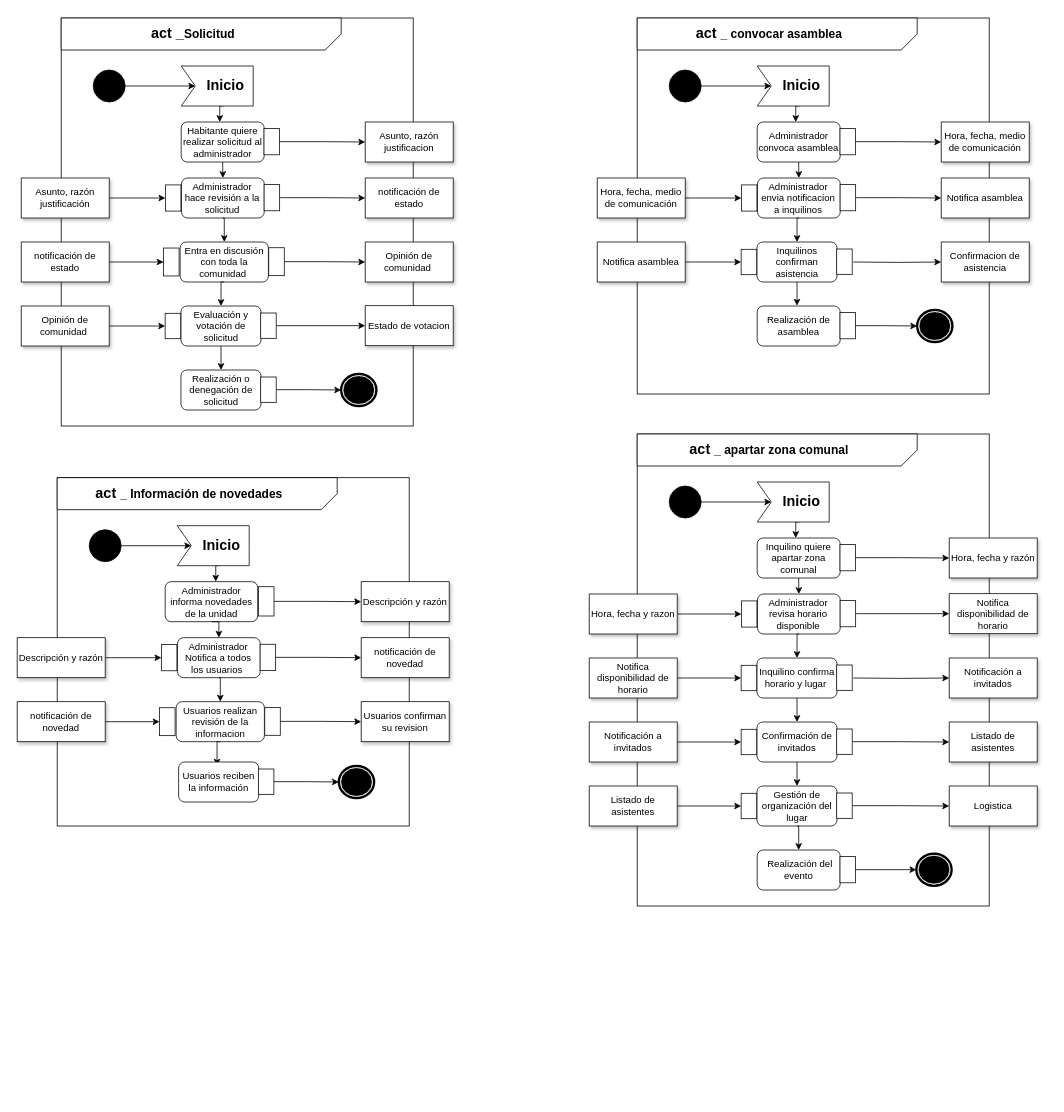
Earlier version of the draw.io diagram Untitled Diagram.drawio (mnivia/Administracion-unidades-cerradas). Source tidied: cells renumbered, new cells numbered last; positions are measured from the earlier drawing's top-left corner, leaving out a move shared by most shapes. Both pictures are drawn from the tidied source at 80%, with x=0, y=0 at pixel (17, 18).
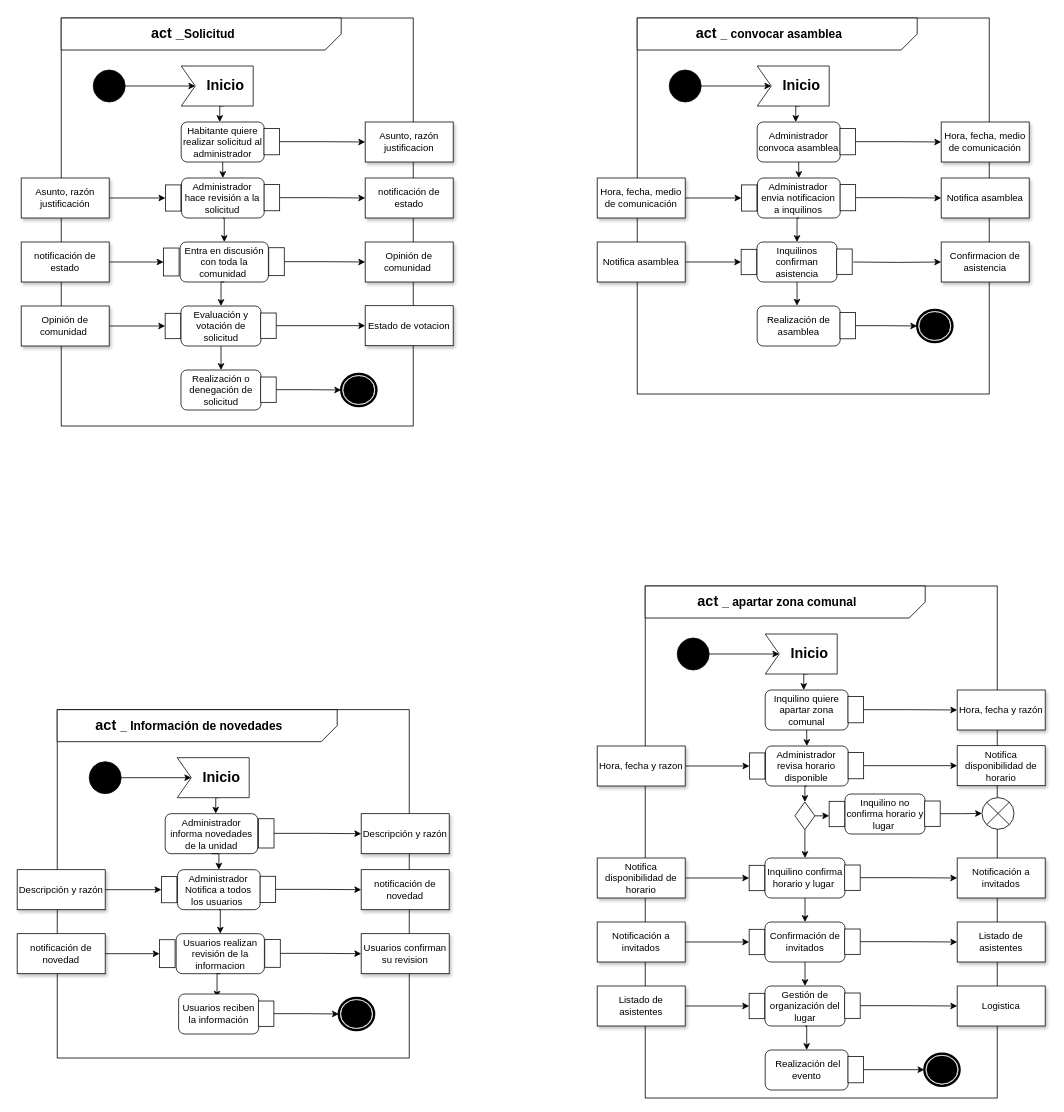
The same diagram, later.

Unchanged cells that the change refers to:
```xml
<mxCell id="53" value="Administrador revisa horario disponible" style="rounded=1;whiteSpace=wrap;html=1;strokeColor=#0D0D0D;fillColor=#FFFFFF;" parent="52" vertex="1">
  <mxGeometry width="103.4" height="50" as="geometry" />
</mxCell>
<mxCell id="62" value="Inquilino confirma horario y lugar&amp;nbsp;" style="rounded=1;whiteSpace=wrap;html=1;strokeColor=#0D0D0D;fillColor=#FFFFFF;" parent="61" vertex="1">
  <mxGeometry width="100.1" height="50" as="geometry" />
</mxCell>
<mxCell id="63" style="rounded=0;whiteSpace=wrap;html=1;strokeColor=#0D0D0D;fillColor=#FFFFFF;rotation=-90;" parent="61" vertex="1">
  <mxGeometry x="93.5" y="14.9" width="31.7" height="19.4" as="geometry" />
</mxCell>
<mxCell id="169" value="Usuarios realizan revisión de la informacion" style="rounded=1;whiteSpace=wrap;html=1;strokeColor=#0D0D0D;fillColor=#FFFFFF;" parent="168" vertex="1">
  <mxGeometry width="110.3" height="50" as="geometry" />
</mxCell>
<mxCell id="184" style="rounded=0;whiteSpace=wrap;html=1;strokeColor=#0D0D0D;fillColor=#FFFFFF;rotation=-90;" parent="182" vertex="1">
  <mxGeometry x="93.5" y="14.9" width="31.7" height="19.4" as="geometry" />
</mxCell>
```

The edit, as a diff of the source:
```diff
@@
     <mxCell id="40" style="rounded=0;whiteSpace=wrap;html=1;" parent="1" vertex="1">
-      <mxGeometry x="775" y="520" width="440" height="590" as="geometry" />
+      <mxGeometry x="785" y="710" width="440" height="640" as="geometry" />
     </mxCell>
     <mxCell id="41" style="verticalLabelPosition=bottom;verticalAlign=top;html=1;shape=card;whiteSpace=wrap;size=20;arcSize=12;rotation=-180;" parent="1" vertex="1">
-      <mxGeometry x="775" y="520" width="350" height="40" as="geometry" />
+      <mxGeometry x="785" y="710" width="350" height="40" as="geometry" />
     </mxCell>
     <mxCell id="42" value="&lt;h2 style=&quot;text-align: left&quot;&gt;act&lt;b&gt;&amp;nbsp;&lt;span style=&quot;font-size: 15px&quot;&gt;_ apartar zona comunal&lt;/span&gt;&lt;/b&gt;&lt;/h2&gt;" style="text;html=1;strokeColor=none;fillColor=none;align=center;verticalAlign=middle;whiteSpace=wrap;rounded=0;" parent="1" vertex="1">
-      <mxGeometry x="775" y="530" width="330" height="20" as="geometry" />
+      <mxGeometry x="785" y="720" width="330" height="20" as="geometry" />
     </mxCell>
     <mxCell id="43" style="shape=mxgraph.bpmn.shape;html=1;verticalLabelPosition=bottom;labelBackgroundColor=#ffffff;verticalAlign=top;align=center;perimeter=ellipsePerimeter;outlineConnect=0;outline=end;symbol=terminate;" parent="1" vertex="1">
-      <mxGeometry x="1124" y="1044.6" width="44" height="40" as="geometry" />
+      <mxGeometry x="1134" y="1294.6" width="44" height="40" as="geometry" />
     </mxCell>
@@
     <mxCell id="45" style="ellipse;html=1;verticalLabelPosition=bottom;labelBackgroundColor=#ffffff;verticalAlign=top;fillColor=#000000;strokeColor=#0D0D0D;" parent="1" vertex="1">
-      <mxGeometry x="815" y="585" width="40" height="40" as="geometry" />
+      <mxGeometry x="825" y="775" width="40" height="40" as="geometry" />
     </mxCell>
     <mxCell id="46" style="edgeStyle=orthogonalEdgeStyle;rounded=0;orthogonalLoop=1;jettySize=auto;html=1;exitX=0;exitY=0;exitDx=45;exitDy=50;exitPerimeter=0;entryX=0.434;entryY=0;entryDx=0;entryDy=0;entryPerimeter=0;" parent="1" edge="1">
       <mxGeometry relative="1" as="geometry">
-        <mxPoint x="978" y="630" as="sourcePoint" />
-        <mxPoint x="973.2" y="650" as="targetPoint" />
+        <mxPoint x="988" y="820" as="sourcePoint" />
+        <mxPoint x="983.2" y="840" as="targetPoint" />
       </mxGeometry>
     </mxCell>
     <mxCell id="47" value="&lt;h3&gt;&lt;b&gt;&lt;font style=&quot;font-size: 18px&quot;&gt;&amp;nbsp; &amp;nbsp; Inicio&lt;/font&gt;&lt;/b&gt;&lt;/h3&gt;" style="html=1;shadow=0;dashed=0;align=center;verticalAlign=middle;shape=mxgraph.arrows2.arrow;dy=0;dx=0;notch=17.57;strokeColor=#0D0D0D;" parent="1" vertex="1">
-      <mxGeometry x="925" y="580" width="90" height="50" as="geometry" />
+      <mxGeometry x="935" y="770" width="90" height="50" as="geometry" />
     </mxCell>
     <mxCell id="48" style="group;" parent="1" vertex="1">
-      <mxGeometry x="925" y="650" width="130" height="50" as="geometry" />
+      <mxGeometry x="935" y="840" width="130" height="50" as="geometry" />
     </mxCell>
@@
     <mxCell id="51" style="group;" parent="1" vertex="1">
-      <mxGeometry x="905" y="720" width="150" height="50" as="geometry" />
+      <mxGeometry x="915" y="910" width="150" height="50" as="geometry" />
     </mxCell>
@@
     <mxCell id="56" value="Hora, fecha y razón" style="rounded=0;whiteSpace=wrap;html=1;strokeColor=#0D0D0D;fillColor=#FFFFFF;shadow=1;" parent="1" vertex="1">
-      <mxGeometry x="1165" y="650" width="110" height="50" as="geometry" />
+      <mxGeometry x="1175" y="840" width="110" height="50" as="geometry" />
     </mxCell>
     <mxCell id="57" value="Notifica disponibilidad de horario" style="rounded=0;whiteSpace=wrap;html=1;strokeColor=#0D0D0D;fillColor=#FFFFFF;shadow=1;" parent="1" vertex="1">
-      <mxGeometry x="1165" y="719.6" width="110" height="50" as="geometry" />
+      <mxGeometry x="1175" y="909.6" width="110" height="50" as="geometry" />
     </mxCell>
@@
     <mxCell id="59" value="Notifica disponibilidad de horario" style="rounded=0;whiteSpace=wrap;html=1;strokeColor=#0D0D0D;fillColor=#FFFFFF;shadow=1;" parent="1" vertex="1">
-      <mxGeometry x="715" y="800" width="110" height="50" as="geometry" />
+      <mxGeometry x="725" y="1050" width="110" height="50" as="geometry" />
     </mxCell>
     <mxCell id="60" style="group;" parent="1" vertex="1">
-      <mxGeometry x="905" y="800" width="145.2" height="50" as="geometry" />
+      <mxGeometry x="915" y="1050" width="145.2" height="50" as="geometry" />
     </mxCell>
@@
     <mxCell id="66" value="Hora, fecha y razon" style="rounded=0;whiteSpace=wrap;html=1;strokeColor=#0D0D0D;fillColor=#FFFFFF;shadow=1;" parent="1" vertex="1">
-      <mxGeometry x="715" y="720" width="110" height="50" as="geometry" />
+      <mxGeometry x="725" y="910" width="110" height="50" as="geometry" />
     </mxCell>
     <mxCell id="67" value="Notificación a invitados" style="rounded=0;whiteSpace=wrap;html=1;strokeColor=#0D0D0D;fillColor=#FFFFFF;shadow=1;" parent="1" vertex="1">
-      <mxGeometry x="1165" y="800" width="110" height="50" as="geometry" />
+      <mxGeometry x="1175" y="1050" width="110" height="50" as="geometry" />
     </mxCell>
     <mxCell id="68" style="group;" parent="1" vertex="1">
-      <mxGeometry x="925" y="1040" width="130" height="50" as="geometry" />
+      <mxGeometry x="935" y="1290" width="130" height="50" as="geometry" />
     </mxCell>
@@
-    <mxCell id="73" style="edgeStyle=orthogonalEdgeStyle;rounded=0;jettySize=auto;html=1;entryX=0;entryY=0.5;entryDx=0;entryDy=0;" parent="1" edge="1" target="67">
-      <mxGeometry relative="1" as="geometry">
-        <mxPoint x="1045" y="825" as="sourcePoint" />
-      </mxGeometry>
+    <mxCell id="73" style="edgeStyle=orthogonalEdgeStyle;rounded=0;jettySize=auto;html=1;entryX=0;entryY=0.5;entryDx=0;entryDy=0;exitX=0.5;exitY=1;exitDx=0;exitDy=0;" parent="1" edge="1" source="63" target="67">
+      <mxGeometry relative="1" as="geometry" />
     </mxCell>
@@
-    <mxCell id="75" style="edgeStyle=orthogonalEdgeStyle;rounded=0;jettySize=auto;html=1;exitX=0.5;exitY=1;exitDx=0;exitDy=0;entryX=0.5;entryY=0;entryDx=0;entryDy=0;" parent="1" edge="1" source="53" target="62">
-      <mxGeometry relative="1" as="geometry" />
-    </mxCell>
@@
     <mxCell id="78" value="Notificación a invitados" style="rounded=0;whiteSpace=wrap;html=1;strokeColor=#0D0D0D;fillColor=#FFFFFF;shadow=1;" parent="1" vertex="1">
-      <mxGeometry x="715" y="880" width="110" height="50" as="geometry" />
+      <mxGeometry x="725" y="1130" width="110" height="50" as="geometry" />
     </mxCell>
     <mxCell id="79" style="group;fontStyle=1;" parent="1" vertex="1">
-      <mxGeometry x="905" y="880" width="145.2" height="50" as="geometry" />
+      <mxGeometry x="915" y="1130" width="145.2" height="50" as="geometry" />
     </mxCell>
@@
     <mxCell id="85" value="Listado de asistentes" style="rounded=0;whiteSpace=wrap;html=1;strokeColor=#0D0D0D;fillColor=#FFFFFF;shadow=1;" parent="1" vertex="1">
-      <mxGeometry x="1165" y="880" width="110" height="50" as="geometry" />
+      <mxGeometry x="1175" y="1130" width="110" height="50" as="geometry" />
     </mxCell>
@@
     <mxCell id="87" style="group;fontStyle=1;" parent="1" vertex="1">
-      <mxGeometry x="905" y="960" width="145.2" height="50" as="geometry" />
+      <mxGeometry x="915" y="1210" width="145.2" height="50" as="geometry" />
     </mxCell>
@@
     <mxCell id="93" value="Listado de asistentes" style="rounded=0;whiteSpace=wrap;html=1;strokeColor=#0D0D0D;fillColor=#FFFFFF;shadow=1;" parent="1" vertex="1">
-      <mxGeometry x="715" y="960" width="110" height="50" as="geometry" />
+      <mxGeometry x="725" y="1210" width="110" height="50" as="geometry" />
     </mxCell>
     <mxCell id="94" value="Logistica" style="rounded=0;whiteSpace=wrap;html=1;strokeColor=#0D0D0D;fillColor=#FFFFFF;shadow=1;" parent="1" vertex="1">
-      <mxGeometry x="1165" y="960" width="110" height="50" as="geometry" />
+      <mxGeometry x="1175" y="1210" width="110" height="50" as="geometry" />
     </mxCell>
@@
     <mxCell id="147" style="rounded=0;whiteSpace=wrap;html=1;" parent="1" vertex="1">
-      <mxGeometry x="50" y="574.6" width="440" height="435.4" as="geometry" />
+      <mxGeometry x="50" y="864.6" width="440" height="435.4" as="geometry" />
     </mxCell>
     <mxCell id="148" style="verticalLabelPosition=bottom;verticalAlign=top;html=1;shape=card;whiteSpace=wrap;size=20;arcSize=12;rotation=-180;" parent="1" vertex="1">
-      <mxGeometry x="50" y="574.6" width="350" height="40" as="geometry" />
+      <mxGeometry x="50" y="864.6" width="350" height="40" as="geometry" />
     </mxCell>
     <mxCell id="149" value="&lt;h2 style=&quot;text-align: left&quot;&gt;act&amp;nbsp;&lt;span style=&quot;font-size: 15px&quot;&gt;_ Información&amp;nbsp;de novedades&lt;/span&gt;&lt;/h2&gt;" style="text;html=1;strokeColor=none;fillColor=none;align=center;verticalAlign=middle;whiteSpace=wrap;rounded=0;" parent="1" vertex="1">
-      <mxGeometry x="50" y="584.6" width="330" height="20" as="geometry" />
+      <mxGeometry x="50" y="874.6" width="330" height="20" as="geometry" />
     </mxCell>
     <mxCell id="150" style="shape=mxgraph.bpmn.shape;html=1;verticalLabelPosition=bottom;labelBackgroundColor=#ffffff;verticalAlign=top;align=center;perimeter=ellipsePerimeter;outline=end;symbol=terminate;" parent="1" vertex="1">
-      <mxGeometry x="402.1" y="935" width="44" height="40" as="geometry" />
+      <mxGeometry x="402.1" y="1225" width="44" height="40" as="geometry" />
     </mxCell>
@@
     <mxCell id="152" style="ellipse;html=1;verticalLabelPosition=bottom;labelBackgroundColor=#ffffff;verticalAlign=top;fillColor=#000000;strokeColor=#0D0D0D;" parent="1" vertex="1">
-      <mxGeometry x="90" y="639.6" width="40" height="40" as="geometry" />
+      <mxGeometry x="90" y="929.6" width="40" height="40" as="geometry" />
     </mxCell>
     <mxCell id="153" style="edgeStyle=orthogonalEdgeStyle;rounded=0;orthogonalLoop=1;jettySize=auto;html=1;exitX=0;exitY=0;exitDx=45;exitDy=50;exitPerimeter=0;entryX=0.434;entryY=0;entryDx=0;entryDy=0;entryPerimeter=0;" parent="1" edge="1">
       <mxGeometry relative="1" as="geometry">
-        <mxPoint x="253" y="684.6" as="sourcePoint" />
-        <mxPoint x="248.2" y="704.6" as="targetPoint" />
+        <mxPoint x="253" y="974.6" as="sourcePoint" />
+        <mxPoint x="248.2" y="994.6" as="targetPoint" />
       </mxGeometry>
     </mxCell>
     <mxCell id="154" value="&lt;h3&gt;&lt;b&gt;&lt;font style=&quot;font-size: 18px&quot;&gt;&amp;nbsp; &amp;nbsp; Inicio&lt;/font&gt;&lt;/b&gt;&lt;/h3&gt;" style="html=1;shadow=0;dashed=0;align=center;verticalAlign=middle;shape=mxgraph.arrows2.arrow;dy=0;dx=0;notch=17.57;strokeColor=#0D0D0D;" parent="1" vertex="1">
-      <mxGeometry x="200" y="634.6" width="90" height="50" as="geometry" />
+      <mxGeometry x="200" y="924.6" width="90" height="50" as="geometry" />
     </mxCell>
     <mxCell id="155" style="group;" parent="1" vertex="1">
-      <mxGeometry x="185" y="704.6" width="145" height="50" as="geometry" />
+      <mxGeometry x="185" y="994.6" width="145" height="50" as="geometry" />
     </mxCell>
@@
     <mxCell id="158" style="group;" parent="1" vertex="1">
-      <mxGeometry x="180" y="774.6" width="150" height="50" as="geometry" />
+      <mxGeometry x="180" y="1064.6" width="150" height="50" as="geometry" />
     </mxCell>
@@
     <mxCell id="163" value="Descripción y razón" style="rounded=0;whiteSpace=wrap;html=1;strokeColor=#0D0D0D;fillColor=#FFFFFF;shadow=1;" parent="1" vertex="1">
-      <mxGeometry x="430" y="704.6" width="110" height="50" as="geometry" />
+      <mxGeometry x="430" y="994.6" width="110" height="50" as="geometry" />
     </mxCell>
     <mxCell id="164" value="notificación de novedad" style="rounded=0;whiteSpace=wrap;html=1;strokeColor=#0D0D0D;fillColor=#FFFFFF;shadow=1;" parent="1" vertex="1">
-      <mxGeometry x="430" y="774.6" width="110" height="50" as="geometry" />
+      <mxGeometry x="430" y="1064.6" width="110" height="50" as="geometry" />
     </mxCell>
@@
     <mxCell id="166" value="notificación de novedad" style="rounded=0;whiteSpace=wrap;html=1;strokeColor=#0D0D0D;fillColor=#FFFFFF;shadow=1;" parent="1" vertex="1">
-      <mxGeometry y="854.6" width="110" height="50" as="geometry" />
+      <mxGeometry y="1144.6" width="110" height="50" as="geometry" />
     </mxCell>
     <mxCell id="167" style="group;" parent="1" vertex="1">
-      <mxGeometry x="177" y="854.6" width="160" height="50" as="geometry" />
+      <mxGeometry x="177" y="1144.6" width="160" height="50" as="geometry" />
     </mxCell>
@@
     <mxCell id="173" value="Descripción y razón" style="rounded=0;whiteSpace=wrap;html=1;strokeColor=#0D0D0D;fillColor=#FFFFFF;shadow=1;" parent="1" vertex="1">
-      <mxGeometry y="774.6" width="110" height="50" as="geometry" />
+      <mxGeometry y="1064.6" width="110" height="50" as="geometry" />
     </mxCell>
     <mxCell id="174" value="Usuarios confirman su revision" style="rounded=0;whiteSpace=wrap;html=1;strokeColor=#0D0D0D;fillColor=#FFFFFF;shadow=1;" parent="1" vertex="1">
-      <mxGeometry x="430" y="854.6" width="110" height="50" as="geometry" />
+      <mxGeometry x="430" y="1144.6" width="110" height="50" as="geometry" />
     </mxCell>
@@
     <mxCell id="180" style="edgeStyle=orthogonalEdgeStyle;rounded=0;jettySize=auto;html=1;exitX=0.5;exitY=1;exitDx=0;exitDy=0;entryX=0.5;entryY=0;entryDx=0;entryDy=0;" parent="1" edge="1" source="169">
       <mxGeometry relative="1" as="geometry">
-        <mxPoint x="249.8" y="934.6" as="targetPoint" />
+        <mxPoint x="249.8" y="1224.6" as="targetPoint" />
       </mxGeometry>
     </mxCell>
     <mxCell id="181" style="group;fontStyle=1;" parent="1" vertex="1">
-      <mxGeometry x="182.1" y="930" width="145.2" height="50" as="geometry" />
+      <mxGeometry x="182.1" y="1220" width="145.2" height="50" as="geometry" />
     </mxCell>
@@
     <mxCell id="185" style="edgeStyle=orthogonalEdgeStyle;rounded=0;jettySize=auto;html=1;exitX=0.5;exitY=1;exitDx=0;exitDy=0;" parent="1" edge="1" source="184">
       <mxGeometry relative="1" as="geometry">
-        <mxPoint x="402.1" y="955" as="targetPoint" />
+        <mxPoint x="402.1" y="1245" as="targetPoint" />
       </mxGeometry>
     </mxCell>
+    <mxCell id="186" style="edgeStyle=orthogonalEdgeStyle;rounded=0;jettySize=auto;html=1;exitX=0.5;exitY=1;exitDx=0;exitDy=0;" parent="1" edge="1" source="188" target="62">
+      <mxGeometry relative="1" as="geometry" />
+    </mxCell>
+    <mxCell id="187" style="edgeStyle=orthogonalEdgeStyle;rounded=0;jettySize=auto;html=1;exitX=1;exitY=0.5;exitDx=0;exitDy=0;" parent="1" edge="1" source="188">
+      <mxGeometry relative="1" as="geometry">
+        <mxPoint x="1015" y="997" as="targetPoint" />
+      </mxGeometry>
+    </mxCell>
+    <mxCell id="188" style="rhombus;whiteSpace=wrap;html=1;" parent="1" vertex="1">
+      <mxGeometry x="972.1" y="980" width="25" height="34.6" as="geometry" />
+    </mxCell>
+    <mxCell id="189" style="edgeStyle=orthogonalEdgeStyle;rounded=0;jettySize=auto;html=1;exitX=0.5;exitY=1;exitDx=0;exitDy=0;entryX=0.5;entryY=0;entryDx=0;entryDy=0;" parent="1" edge="1" source="53" target="188">
+      <mxGeometry relative="1" as="geometry" />
+    </mxCell>
+    <mxCell id="190" style="group;" parent="1" vertex="1">
+      <mxGeometry x="1015" y="970" width="145.2" height="50" as="geometry" />
+    </mxCell>
+    <mxCell id="191" style="group;" parent="190" vertex="1">
+      <mxGeometry x="19.7" width="125.5" height="50" as="geometry" />
+    </mxCell>
+    <mxCell id="192" value="Inquilino no confirma horario y lugar&amp;nbsp;" style="rounded=1;whiteSpace=wrap;html=1;strokeColor=#0D0D0D;fillColor=#FFFFFF;" parent="191" vertex="1">
+      <mxGeometry width="100.1" height="50" as="geometry" />
+    </mxCell>
+    <mxCell id="193" style="rounded=0;whiteSpace=wrap;html=1;strokeColor=#0D0D0D;fillColor=#FFFFFF;rotation=-90;" parent="191" vertex="1">
+      <mxGeometry x="93.5" y="14.9" width="31.7" height="19.4" as="geometry" />
+    </mxCell>
+    <mxCell id="194" style="rounded=0;whiteSpace=wrap;html=1;strokeColor=#0D0D0D;fillColor=#FFFFFF;rotation=-90;" parent="190" vertex="1">
+      <mxGeometry x="-6.2" y="15.3" width="31.7" height="19.4" as="geometry" />
+    </mxCell>
+    <mxCell id="195" style="shape=sumEllipse;perimeter=ellipsePerimeter;whiteSpace=wrap;html=1;backgroundOutline=1;" parent="1" vertex="1">
+      <mxGeometry x="1206" y="974.5" width="40" height="39.6" as="geometry" />
+    </mxCell>
+    <mxCell id="196" style="edgeStyle=orthogonalEdgeStyle;rounded=0;jettySize=auto;html=1;exitX=0.5;exitY=1;exitDx=0;exitDy=0;entryX=0;entryY=0.5;entryDx=0;entryDy=0;" parent="1" edge="1" source="193" target="195">
+      <mxGeometry relative="1" as="geometry" />
+    </mxCell>
```
